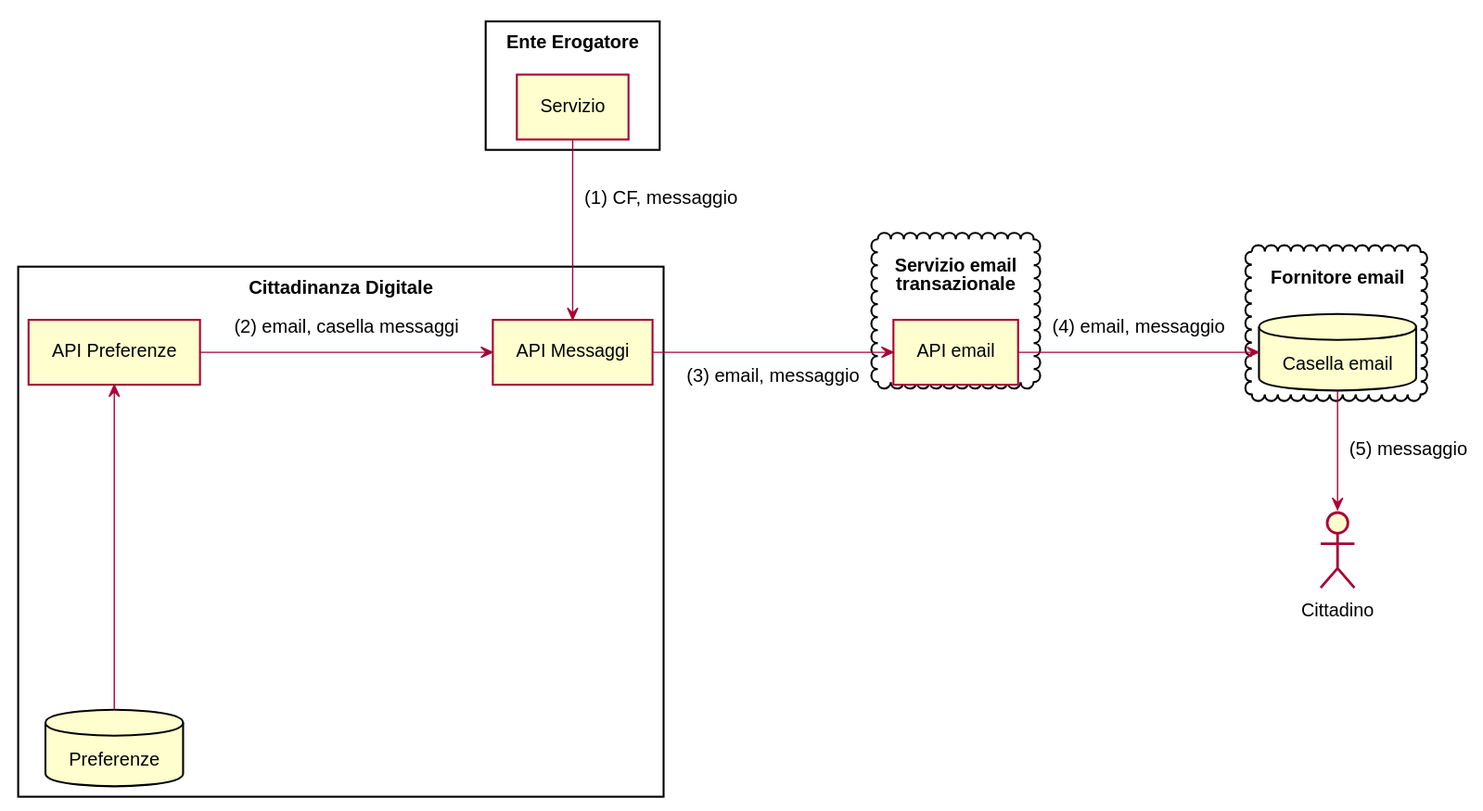
The PlantUML diagram gdpr/diagrams/messaggio-profile-email.svg in pagopa-archive/io, before a commit. Source of this version:
```plantuml
@startuml
skinparamlocked shadowing false
skinparamlocked DefaultFontName Helvetica
skinparamlocked DefaultFontSize 14
skinparamlocked Padding 8

:Cittadino: as cittadino

rectangle "Ente Erogatore" {
  agent "Servizio" as ente
}

rectangle "Cittadinanza Digitale" {
  agent "API Messaggi" as apimessaggi
  agent "API Preferenze" as apipreferenze
  database "Preferenze" as dbpreferenze
}

cloud "Servizio email\ntransazionale\n" {
  agent "API email" as txemail
}

cloud "Fornitore email\n" {
  database "Casella email" as emailprovider
}

ente --> apimessaggi : (1) CF, messaggio

dbpreferenze -up-> apipreferenze
apipreferenze -> apimessaggi : (2) email, casella messaggi

apimessaggi -right-> txemail : (3) email, messaggio

txemail -> emailprovider : (4) email, messaggio

emailprovider --> cittadino : (5) messaggio

@enduml
```
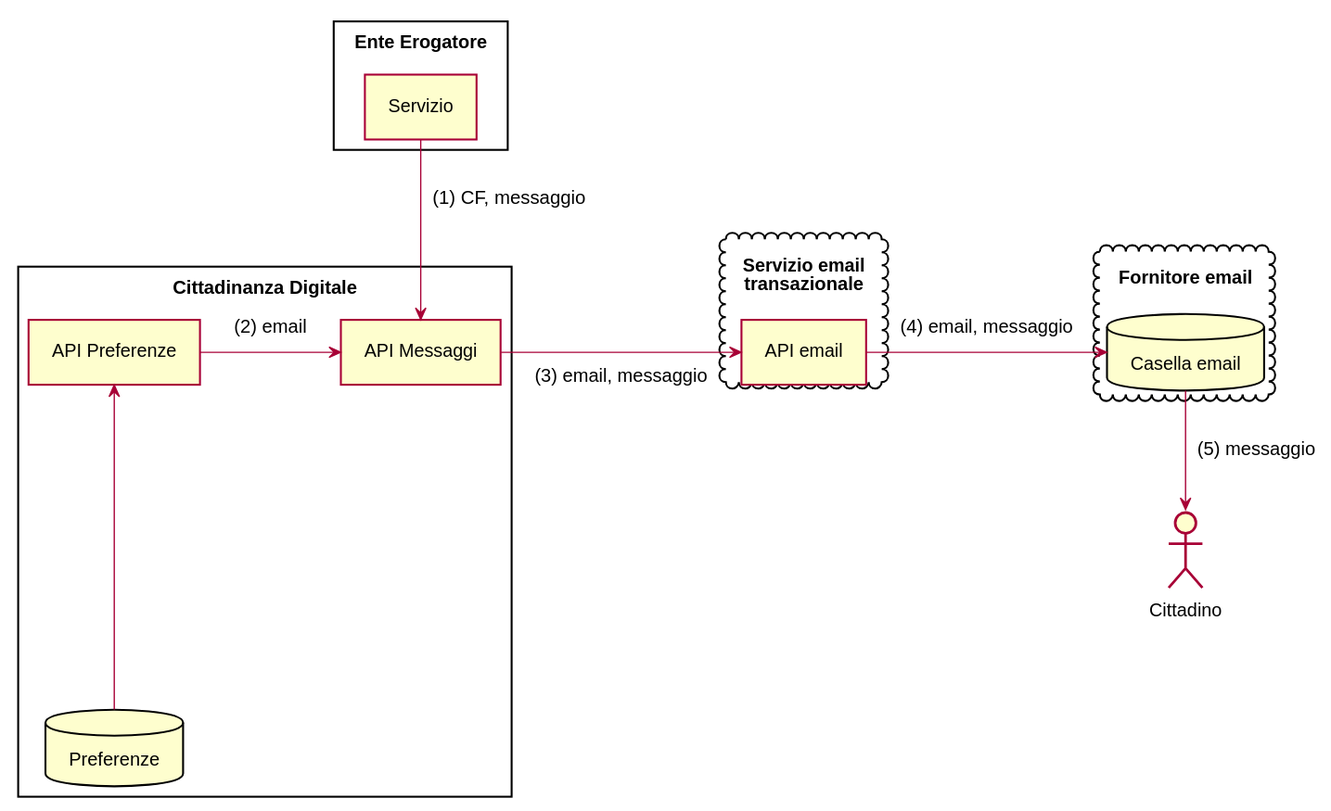
After the change.

Change to the diagram source:
```diff
@@ -27,7 +27,7 @@
 ente --> apimessaggi : (1) CF, messaggio
 
 dbpreferenze -up-> apipreferenze
-apipreferenze -> apimessaggi : (2) email, casella messaggi
+apipreferenze -> apimessaggi : (2) email
 
 apimessaggi -right-> txemail : (3) email, messaggio
 
```
